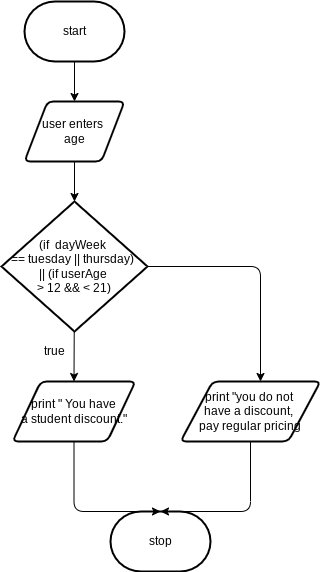
Before: design/flowchart.png, a diagram exported from draw.io (zaida-hammel/ICS2O-Unit5-04-JS). Source tidied: cells renumbered, new cells last; positions are measured from the earlier drawing's top-left corner, leaving out a move shared by most shapes. The source it was exported from:
```xml
<mxGraphModel>
  <root>
    <mxCell id="0" />
    <mxCell id="1" parent="0" />
    <mxCell id="2" style="edgeStyle=none;html=1;" parent="1" edge="1" source="3" target="5">
      <mxGeometry relative="1" as="geometry" />
    </mxCell>
    <mxCell id="3" value="start" style="strokeWidth=2;html=1;shape=mxgraph.flowchart.terminator;whiteSpace=wrap;" parent="1" vertex="1">
      <mxGeometry x="23" width="100" height="60" as="geometry" />
    </mxCell>
    <mxCell id="4" style="edgeStyle=none;html=1;" parent="1" edge="1" source="5" target="7">
      <mxGeometry relative="1" as="geometry" />
    </mxCell>
    <mxCell id="5" value="user enters &lt;br&gt;age" style="shape=parallelogram;html=1;strokeWidth=2;perimeter=parallelogramPerimeter;whiteSpace=wrap;rounded=1;arcSize=12;size=0.23;" parent="1" vertex="1">
      <mxGeometry x="23" y="100" width="100" height="60" as="geometry" />
    </mxCell>
    <mxCell id="6" style="edgeStyle=none;html=1;entryX=0.5;entryY=0;entryDx=0;entryDy=0;" parent="1" edge="1" source="7" target="8">
      <mxGeometry relative="1" as="geometry" />
    </mxCell>
    <mxCell id="7" value="(if&amp;nbsp; dayWeek &lt;br&gt;== tuesday || thursday) &lt;br&gt;|| (if userAge &lt;br&gt;&amp;gt; 12 &amp;amp;&amp;amp; &amp;lt; 21)" style="strokeWidth=2;html=1;shape=mxgraph.flowchart.decision;whiteSpace=wrap;" parent="1" vertex="1">
      <mxGeometry y="200" width="146" height="130" as="geometry" />
    </mxCell>
    <mxCell id="8" value="print &quot; You have&lt;br&gt;a student discount.&quot;" style="shape=parallelogram;html=1;strokeWidth=2;perimeter=parallelogramPerimeter;whiteSpace=wrap;rounded=1;arcSize=12;size=0.23;" parent="1" vertex="1">
      <mxGeometry x="11" y="380" width="123" height="60" as="geometry" />
    </mxCell>
    <mxCell id="9" value="true" style="text;html=1;align=center;verticalAlign=middle;strokeColor=none;fillColor=none;" parent="1" vertex="1">
      <mxGeometry x="33" y="340" width="40" height="20" as="geometry" />
    </mxCell>
    <mxCell id="10" value="print &quot;you do not &lt;br&gt;have a discount, &lt;br&gt;pay regular pricing" style="shape=parallelogram;html=1;strokeWidth=2;perimeter=parallelogramPerimeter;whiteSpace=wrap;rounded=1;arcSize=12;size=0.23;" parent="1" vertex="1">
      <mxGeometry x="179" y="380" width="140" height="60" as="geometry" />
    </mxCell>
    <mxCell id="11" style="edgeStyle=segmentEdgeStyle;endArrow=classic;html=1;exitX=1;exitY=0.5;exitDx=0;exitDy=0;exitPerimeter=0;" parent="1" edge="1" source="7">
      <mxGeometry relative="1" as="geometry">
        <mxPoint x="259" y="380" as="targetPoint" />
      </mxGeometry>
    </mxCell>
    <mxCell id="12" value="stop" style="strokeWidth=2;html=1;shape=mxgraph.flowchart.terminator;whiteSpace=wrap;" parent="1" vertex="1">
      <mxGeometry x="109" y="510" width="100" height="60" as="geometry" />
    </mxCell>
    <mxCell id="13" style="edgeStyle=segmentEdgeStyle;endArrow=classic;html=1;exitX=0.5;exitY=1;exitDx=0;exitDy=0;entryX=0.5;entryY=0;entryDx=0;entryDy=0;entryPerimeter=0;" parent="1" edge="1" source="8" target="12">
      <mxGeometry relative="1" as="geometry">
        <Array as="points">
          <mxPoint x="73" y="510" />
        </Array>
      </mxGeometry>
    </mxCell>
    <mxCell id="14" style="edgeStyle=segmentEdgeStyle;endArrow=classic;html=1;exitX=0.5;exitY=1;exitDx=0;exitDy=0;entryX=0.5;entryY=0;entryDx=0;entryDy=0;entryPerimeter=0;" parent="1" edge="1" source="10" target="12">
      <mxGeometry relative="1" as="geometry">
        <Array as="points">
          <mxPoint x="249" y="510" />
        </Array>
      </mxGeometry>
    </mxCell>
  </root>
</mxGraphModel>
```
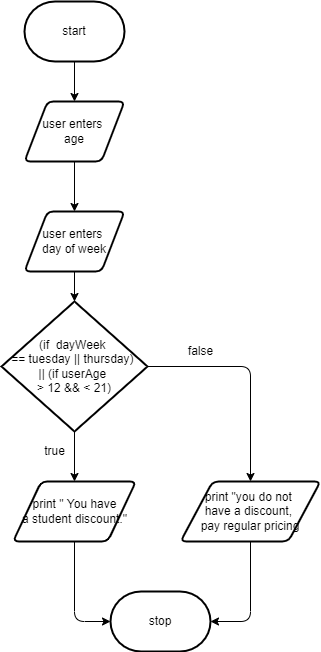
Later version of the same file.

Change to the diagram source:
```diff
@@ -8,7 +8,7 @@
     <mxCell id="3" value="start" style="strokeWidth=2;html=1;shape=mxgraph.flowchart.terminator;whiteSpace=wrap;" parent="1" vertex="1">
       <mxGeometry x="23" width="100" height="60" as="geometry" />
     </mxCell>
-    <mxCell id="4" style="edgeStyle=none;html=1;" parent="1" edge="1" source="5" target="7">
+    <mxCell id="4" style="edgeStyle=none;html=1;entryX=0.5;entryY=0;entryDx=0;entryDy=0;" parent="1" edge="1" source="5" target="16">
       <mxGeometry relative="1" as="geometry" />
     </mxCell>
     <mxCell id="5" value="user enters &lt;br&gt;age" style="shape=parallelogram;html=1;strokeWidth=2;perimeter=parallelogramPerimeter;whiteSpace=wrap;rounded=1;arcSize=12;size=0.23;" parent="1" vertex="1">
@@ -18,38 +18,49 @@
       <mxGeometry relative="1" as="geometry" />
     </mxCell>
     <mxCell id="7" value="(if&amp;nbsp; dayWeek &lt;br&gt;== tuesday || thursday) &lt;br&gt;|| (if userAge &lt;br&gt;&amp;gt; 12 &amp;amp;&amp;amp; &amp;lt; 21)" style="strokeWidth=2;html=1;shape=mxgraph.flowchart.decision;whiteSpace=wrap;" parent="1" vertex="1">
-      <mxGeometry y="200" width="146" height="130" as="geometry" />
+      <mxGeometry y="300" width="146" height="130" as="geometry" />
     </mxCell>
     <mxCell id="8" value="print &quot; You have&lt;br&gt;a student discount.&quot;" style="shape=parallelogram;html=1;strokeWidth=2;perimeter=parallelogramPerimeter;whiteSpace=wrap;rounded=1;arcSize=12;size=0.23;" parent="1" vertex="1">
-      <mxGeometry x="11" y="380" width="123" height="60" as="geometry" />
+      <mxGeometry x="11.5" y="480" width="123" height="60" as="geometry" />
     </mxCell>
     <mxCell id="9" value="true" style="text;html=1;align=center;verticalAlign=middle;strokeColor=none;fillColor=none;" parent="1" vertex="1">
-      <mxGeometry x="33" y="340" width="40" height="20" as="geometry" />
+      <mxGeometry x="33" y="440" width="40" height="20" as="geometry" />
     </mxCell>
     <mxCell id="10" value="print &quot;you do not &lt;br&gt;have a discount, &lt;br&gt;pay regular pricing" style="shape=parallelogram;html=1;strokeWidth=2;perimeter=parallelogramPerimeter;whiteSpace=wrap;rounded=1;arcSize=12;size=0.23;" parent="1" vertex="1">
-      <mxGeometry x="179" y="380" width="140" height="60" as="geometry" />
+      <mxGeometry x="179" y="480" width="140" height="60" as="geometry" />
     </mxCell>
-    <mxCell id="11" style="edgeStyle=segmentEdgeStyle;endArrow=classic;html=1;exitX=1;exitY=0.5;exitDx=0;exitDy=0;exitPerimeter=0;" parent="1" edge="1" source="7">
+    <mxCell id="11" style="edgeStyle=segmentEdgeStyle;endArrow=classic;html=1;exitX=1;exitY=0.5;exitDx=0;exitDy=0;exitPerimeter=0;entryX=0.5;entryY=0;entryDx=0;entryDy=0;" parent="1" edge="1" source="7" target="10">
       <mxGeometry relative="1" as="geometry">
-        <mxPoint x="259" y="380" as="targetPoint" />
+        <Array as="points">
+          <mxPoint x="249" y="365" />
+        </Array>
       </mxGeometry>
     </mxCell>
     <mxCell id="12" value="stop" style="strokeWidth=2;html=1;shape=mxgraph.flowchart.terminator;whiteSpace=wrap;" parent="1" vertex="1">
-      <mxGeometry x="109" y="510" width="100" height="60" as="geometry" />
+      <mxGeometry x="109" y="590" width="100" height="60" as="geometry" />
     </mxCell>
-    <mxCell id="13" style="edgeStyle=segmentEdgeStyle;endArrow=classic;html=1;exitX=0.5;exitY=1;exitDx=0;exitDy=0;entryX=0.5;entryY=0;entryDx=0;entryDy=0;entryPerimeter=0;" parent="1" edge="1" source="8" target="12">
+    <mxCell id="13" style="edgeStyle=segmentEdgeStyle;endArrow=classic;html=1;exitX=0.5;exitY=1;exitDx=0;exitDy=0;entryX=0;entryY=0.5;entryDx=0;entryDy=0;entryPerimeter=0;" parent="1" edge="1" source="8" target="12">
       <mxGeometry relative="1" as="geometry">
         <Array as="points">
-          <mxPoint x="73" y="510" />
+          <mxPoint x="73" y="620" />
         </Array>
       </mxGeometry>
     </mxCell>
-    <mxCell id="14" style="edgeStyle=segmentEdgeStyle;endArrow=classic;html=1;exitX=0.5;exitY=1;exitDx=0;exitDy=0;entryX=0.5;entryY=0;entryDx=0;entryDy=0;entryPerimeter=0;" parent="1" edge="1" source="10" target="12">
+    <mxCell id="14" style="edgeStyle=segmentEdgeStyle;endArrow=classic;html=1;exitX=0.5;exitY=1;exitDx=0;exitDy=0;entryX=1;entryY=0.5;entryDx=0;entryDy=0;entryPerimeter=0;" parent="1" edge="1" source="10" target="12">
       <mxGeometry relative="1" as="geometry">
         <Array as="points">
-          <mxPoint x="249" y="510" />
+          <mxPoint x="249" y="620" />
         </Array>
       </mxGeometry>
     </mxCell>
+    <mxCell id="15" style="edgeStyle=none;html=1;entryX=0.5;entryY=0;entryDx=0;entryDy=0;entryPerimeter=0;" parent="1" edge="1" source="16" target="7">
+      <mxGeometry relative="1" as="geometry" />
+    </mxCell>
+    <mxCell id="16" value="user enters &lt;br&gt;day of week" style="shape=parallelogram;html=1;strokeWidth=2;perimeter=parallelogramPerimeter;whiteSpace=wrap;rounded=1;arcSize=12;size=0.23;" parent="1" vertex="1">
+      <mxGeometry x="23" y="210" width="100" height="60" as="geometry" />
+    </mxCell>
+    <mxCell id="17" value="false" style="text;html=1;align=center;verticalAlign=middle;strokeColor=none;fillColor=none;" parent="1" vertex="1">
+      <mxGeometry x="179" y="340" width="40" height="20" as="geometry" />
+    </mxCell>
   </root>
 </mxGraphModel>
```
